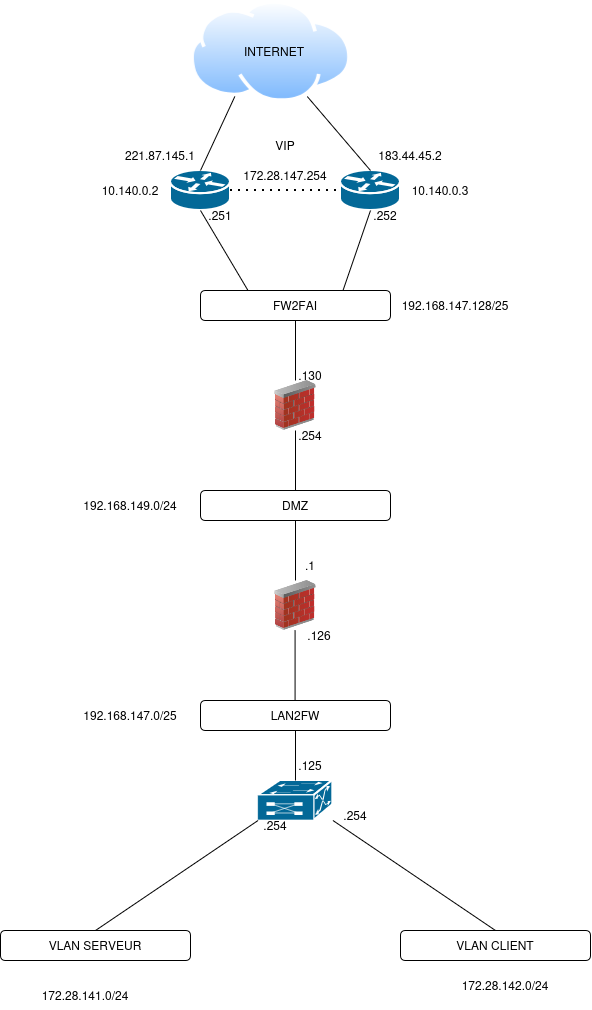
MLBOff/Orleans-2027 keeps this draw.io diagram as docs/assets/schema-logiquem.png. Above is the earlier version. Source tidied: cells renumbered, new cells last; positions are measured from the earlier drawing's top-left corner, leaving out a move shared by most shapes.
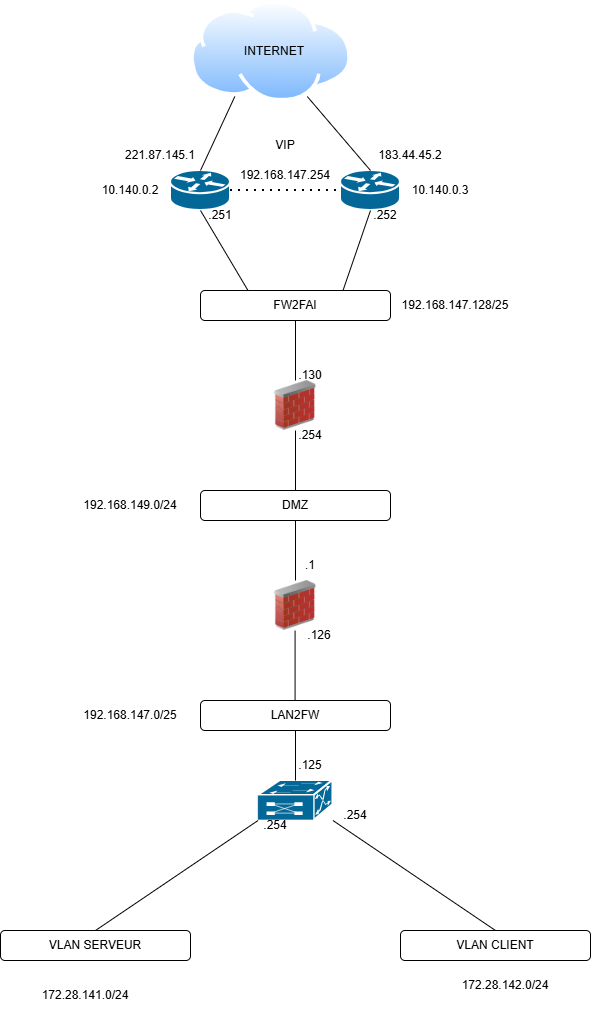
Above is the later version.

Commit message:
mise à jour schéma logique vIP

What changed in the source:
```diff
@@ -98,7 +98,7 @@
     <mxCell id="33" value="&lt;div&gt;VIP&lt;/div&gt;" style="text;html=1;whiteSpace=wrap;strokeColor=none;fillColor=none;align=center;verticalAlign=middle;rounded=0;" parent="1" vertex="1">
       <mxGeometry x="240" y="130" width="90" height="30" as="geometry" />
     </mxCell>
-    <mxCell id="34" value="&lt;div&gt;172.28.147.254&lt;/div&gt;" style="text;html=1;whiteSpace=wrap;strokeColor=none;fillColor=none;align=center;verticalAlign=middle;rounded=0;" parent="1" vertex="1">
+    <mxCell id="34" value="192.168.147.254" style="text;html=1;whiteSpace=wrap;strokeColor=none;fillColor=none;align=center;verticalAlign=middle;rounded=0;" parent="1" vertex="1">
       <mxGeometry x="240" y="160" width="90" height="30" as="geometry" />
     </mxCell>
     <mxCell id="35" value="&lt;div&gt;.254&lt;/div&gt;" style="text;html=1;whiteSpace=wrap;strokeColor=none;fillColor=none;align=center;verticalAlign=middle;rounded=0;" parent="1" vertex="1">
```
